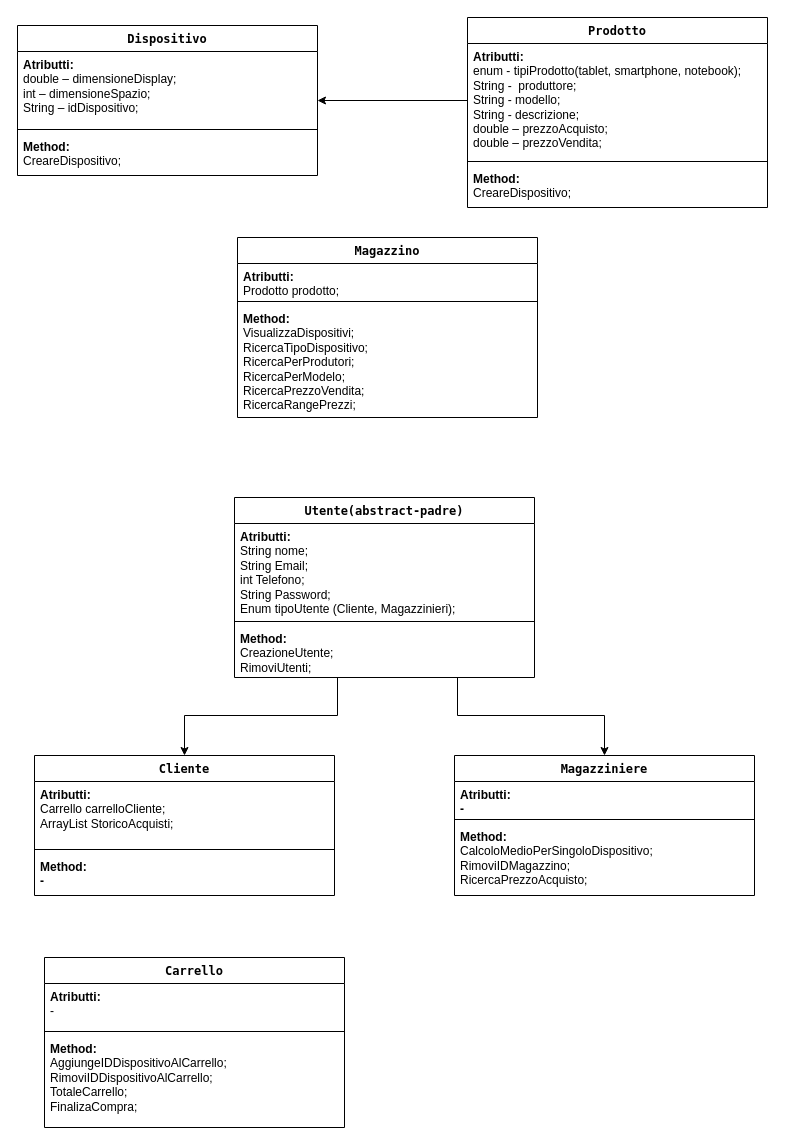
The draw.io diagram Diagramma senza titolo.drawio in dudinhab/progetto2-team3Develhope, before the edit. Source tidied: cells renumbered, new cells numbered last; positions are measured from the earlier drawing's top-left corner, leaving out a move shared by most shapes. Both pictures are drawn from the tidied source at 100%, with x=0, y=0 at pixel (17, 17).
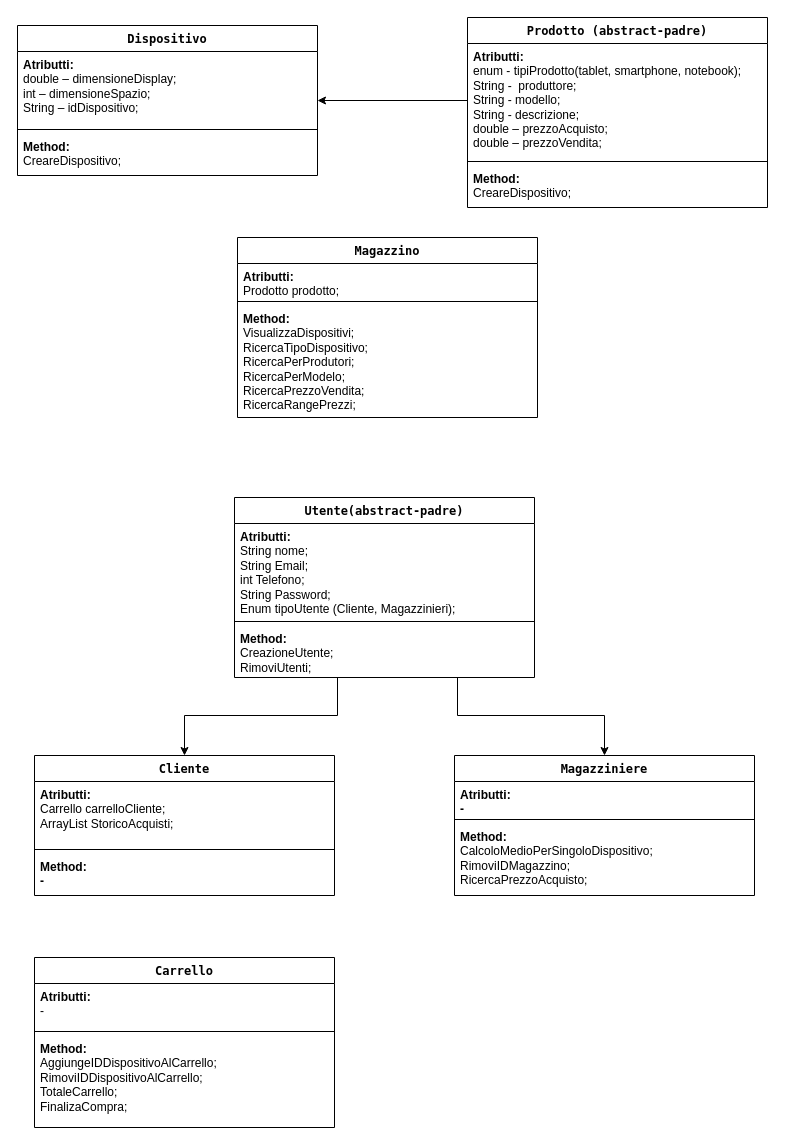
The same diagram, later.

The edit, as a diff of the source:
```diff
@@
     <mxCell id="10" value="&lt;font face=&quot;Lucida Console&quot;&gt;Carrello&lt;/font&gt;" style="swimlane;fontStyle=1;align=center;verticalAlign=top;horizontal=1;startSize=26;whiteSpace=wrap;html=1;" parent="1" vertex="1">
-      <mxGeometry x="27" y="940" width="300" height="170" as="geometry" />
+      <mxGeometry x="17" y="940" width="300" height="170" as="geometry" />
     </mxCell>
@@
-    <mxCell id="28" value="&lt;font face=&quot;Lucida Console&quot;&gt;Prodotto&lt;/font&gt;" style="swimlane;fontStyle=1;align=center;verticalAlign=top;horizontal=1;startSize=26;whiteSpace=wrap;html=1;" parent="1" vertex="1">
+    <mxCell id="28" value="&lt;font face=&quot;Lucida Console&quot;&gt;Prodotto (&lt;/font&gt;&lt;span style=&quot;font-family: &amp;quot;Lucida Console&amp;quot;;&quot;&gt;abstract-padre)&lt;/span&gt;" style="swimlane;fontStyle=1;align=center;verticalAlign=top;horizontal=1;startSize=26;whiteSpace=wrap;html=1;" parent="1" vertex="1">
       <mxGeometry x="450" width="300" height="190" as="geometry" />
     </mxCell>
```
